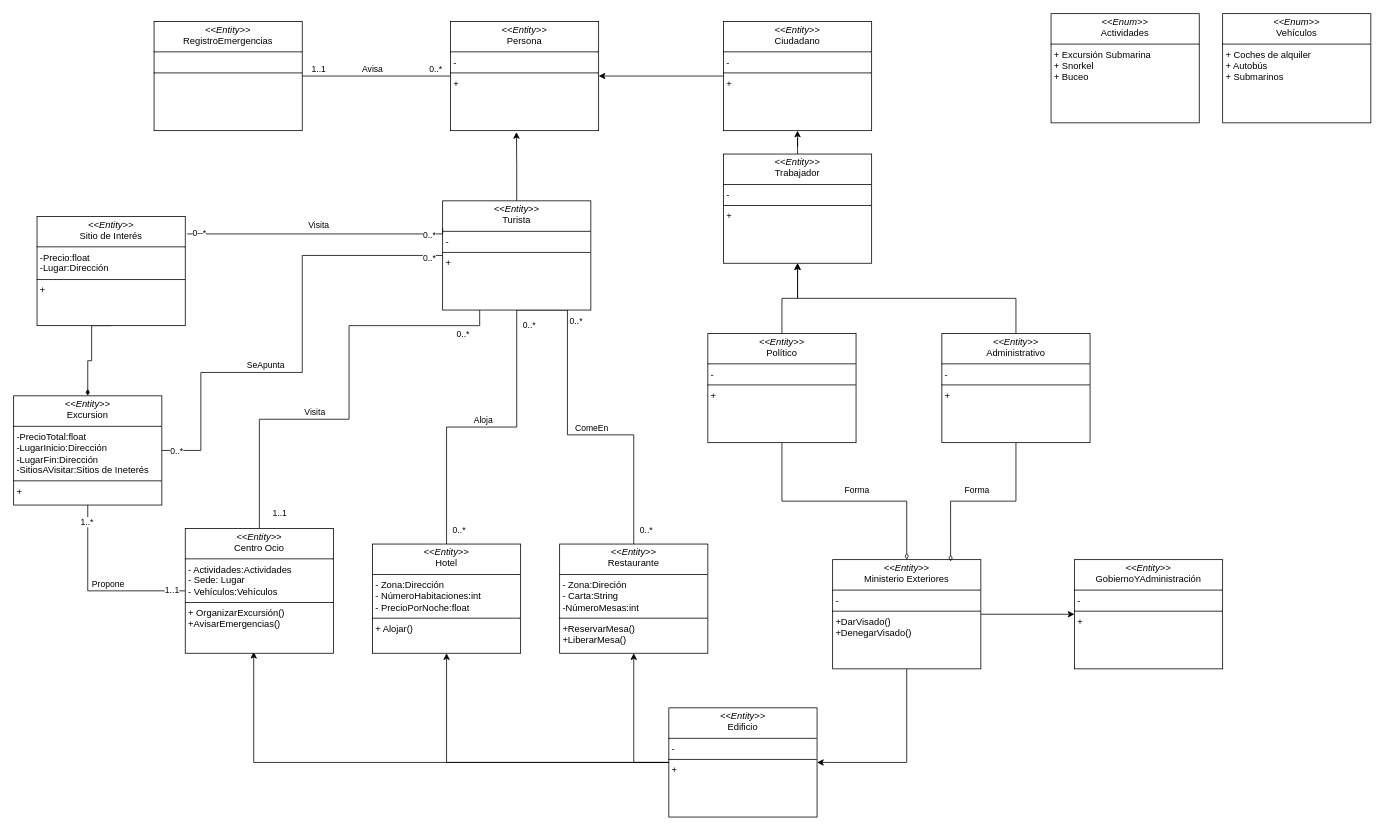
This is MFIS/Diagrama sin título.drawio from israelfargasasquith/UHUCode, a draw.io file, before an edit. Source tidied: cells renumbered, new cells numbered last; positions are measured from the earlier drawing's top-left corner, leaving out a move shared by most shapes. Both pictures are drawn from the tidied source at 78%, with x=0, y=0 at pixel (13, 13).
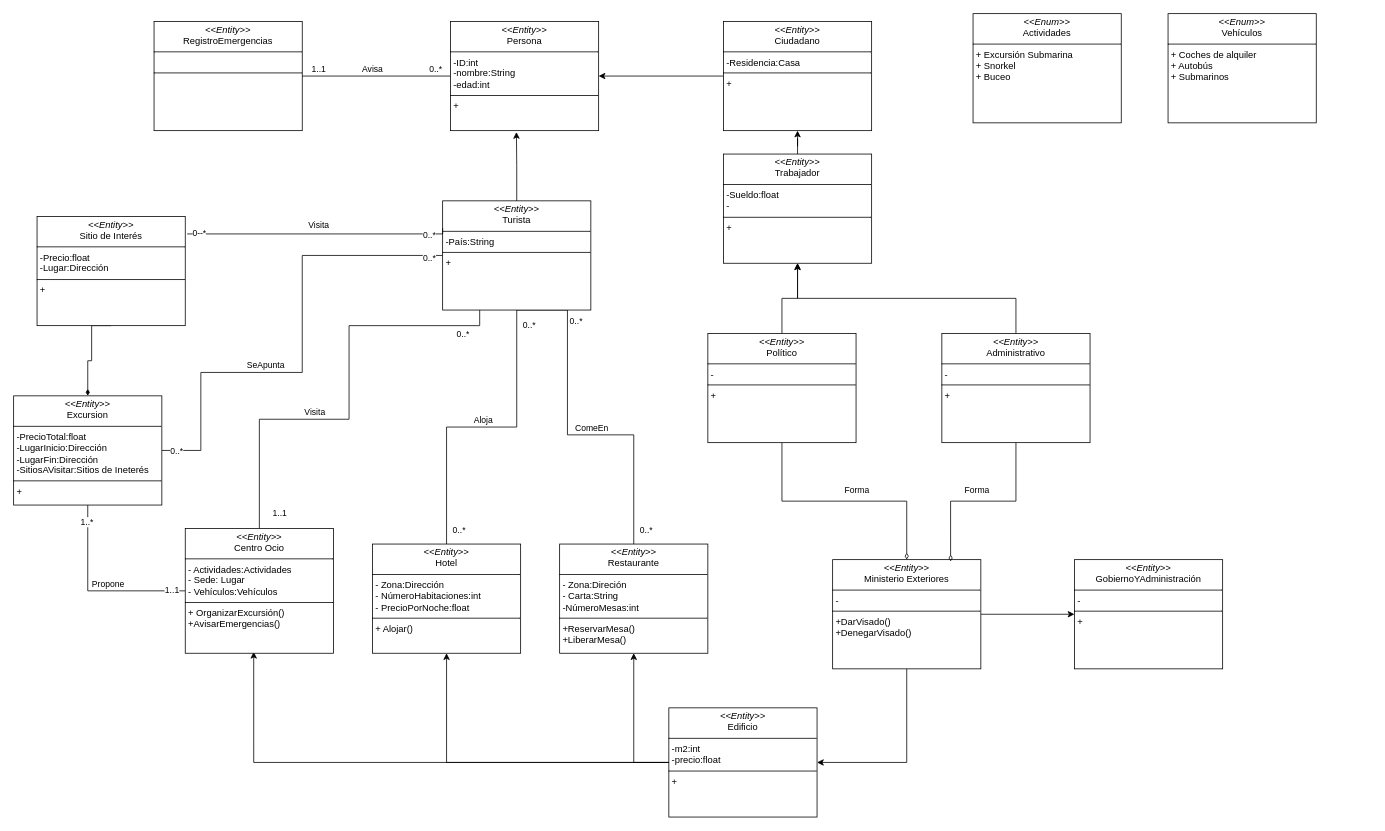
Above is the later version.

Diff of the diagram source:
```diff
@@
     <mxCell id="6" value="&lt;p style=&quot;margin:0px;margin-top:4px;text-align:center;&quot;&gt;&lt;i&gt;&amp;lt;&amp;lt;Enum&amp;gt;&amp;gt;&lt;/i&gt;&lt;br&gt;Actividades&lt;/p&gt;&lt;hr size=&quot;1&quot; style=&quot;border-style:solid;&quot;&gt;&lt;p style=&quot;margin:0px;margin-left:4px;&quot;&gt;+ Excursión Submarina&lt;/p&gt;&lt;p style=&quot;margin:0px;margin-left:4px;&quot;&gt;+ Snorkel&lt;br&gt;&lt;/p&gt;&lt;p style=&quot;margin:0px;margin-left:4px;&quot;&gt;+ Buceo&lt;/p&gt;" style="verticalAlign=top;align=left;overflow=fill;html=1;whiteSpace=wrap;" parent="1" vertex="1">
-      <mxGeometry x="1330" width="190" height="140" as="geometry" />
+      <mxGeometry x="1230" width="190" height="140" as="geometry" />
     </mxCell>
     <mxCell id="7" value="&lt;p style=&quot;margin:0px;margin-top:4px;text-align:center;&quot;&gt;&lt;i&gt;&amp;lt;&amp;lt;Enum&amp;gt;&amp;gt;&lt;/i&gt;&lt;br&gt;Vehículos&lt;/p&gt;&lt;hr size=&quot;1&quot; style=&quot;border-style:solid;&quot;&gt;&lt;p style=&quot;margin:0px;margin-left:4px;&quot;&gt;+ Coches de alquiler&lt;/p&gt;&lt;p style=&quot;margin:0px;margin-left:4px;&quot;&gt;+ Autobús&lt;br&gt;&lt;/p&gt;&lt;p style=&quot;margin:0px;margin-left:4px;&quot;&gt;+ Submarinos&lt;/p&gt;" style="verticalAlign=top;align=left;overflow=fill;html=1;whiteSpace=wrap;" parent="1" vertex="1">
-      <mxGeometry x="1550" width="190" height="140" as="geometry" />
+      <mxGeometry x="1480" width="190" height="140" as="geometry" />
     </mxCell>
@@
-    <mxCell id="24" value="&lt;p style=&quot;margin:0px;margin-top:4px;text-align:center;&quot;&gt;&lt;i&gt;&amp;lt;&amp;lt;Entity&amp;gt;&amp;gt;&lt;/i&gt;&lt;br&gt;Turista&lt;/p&gt;&lt;hr size=&quot;1&quot; style=&quot;border-style:solid;&quot;&gt;&lt;p style=&quot;margin:0px;margin-left:4px;&quot;&gt;-&lt;/p&gt;&lt;hr size=&quot;1&quot; style=&quot;border-style:solid;&quot;&gt;&lt;p style=&quot;margin:0px;margin-left:4px;&quot;&gt;+&lt;/p&gt;&lt;p style=&quot;margin:0px;margin-left:4px;&quot;&gt;&lt;br&gt;&lt;/p&gt;" style="verticalAlign=top;align=left;overflow=fill;html=1;whiteSpace=wrap;" parent="1" vertex="1">
+    <mxCell id="24" value="&lt;p style=&quot;margin:0px;margin-top:4px;text-align:center;&quot;&gt;&lt;i&gt;&amp;lt;&amp;lt;Entity&amp;gt;&amp;gt;&lt;/i&gt;&lt;br&gt;Turista&lt;/p&gt;&lt;hr size=&quot;1&quot; style=&quot;border-style:solid;&quot;&gt;&lt;p style=&quot;margin:0px;margin-left:4px;&quot;&gt;-País:String&lt;/p&gt;&lt;hr size=&quot;1&quot; style=&quot;border-style:solid;&quot;&gt;&lt;p style=&quot;margin:0px;margin-left:4px;&quot;&gt;+&lt;/p&gt;&lt;p style=&quot;margin:0px;margin-left:4px;&quot;&gt;&lt;br&gt;&lt;/p&gt;" style="verticalAlign=top;align=left;overflow=fill;html=1;whiteSpace=wrap;" parent="1" vertex="1">
       <mxGeometry x="550" y="240" width="190" height="140" as="geometry" />
     </mxCell>
@@
-    <mxCell id="37" value="&lt;p style=&quot;margin:0px;margin-top:4px;text-align:center;&quot;&gt;&lt;i&gt;&amp;lt;&amp;lt;Entity&amp;gt;&amp;gt;&lt;/i&gt;&lt;br&gt;Persona&lt;/p&gt;&lt;hr size=&quot;1&quot; style=&quot;border-style:solid;&quot;&gt;&lt;p style=&quot;margin:0px;margin-left:4px;&quot;&gt;-&lt;/p&gt;&lt;hr size=&quot;1&quot; style=&quot;border-style:solid;&quot;&gt;&lt;p style=&quot;margin:0px;margin-left:4px;&quot;&gt;+&lt;/p&gt;&lt;p style=&quot;margin:0px;margin-left:4px;&quot;&gt;&lt;br&gt;&lt;/p&gt;" style="verticalAlign=top;align=left;overflow=fill;html=1;whiteSpace=wrap;" parent="1" vertex="1">
+    <mxCell id="37" value="&lt;p style=&quot;margin:0px;margin-top:4px;text-align:center;&quot;&gt;&lt;i&gt;&amp;lt;&amp;lt;Entity&amp;gt;&amp;gt;&lt;/i&gt;&lt;br&gt;Persona&lt;/p&gt;&lt;hr size=&quot;1&quot; style=&quot;border-style:solid;&quot;&gt;&lt;p style=&quot;margin:0px;margin-left:4px;&quot;&gt;-&lt;span style=&quot;background-color: initial;&quot;&gt;ID:int&lt;/span&gt;&lt;/p&gt;&lt;p style=&quot;margin: 0px 0px 0px 4px;&quot;&gt;-nombre:String&lt;/p&gt;&lt;p style=&quot;margin: 0px 0px 0px 4px;&quot;&gt;-edad:int&lt;/p&gt;&lt;hr size=&quot;1&quot; style=&quot;border-style:solid;&quot;&gt;&lt;p style=&quot;margin:0px;margin-left:4px;&quot;&gt;+&lt;/p&gt;&lt;p style=&quot;margin:0px;margin-left:4px;&quot;&gt;&lt;br&gt;&lt;/p&gt;" style="verticalAlign=top;align=left;overflow=fill;html=1;whiteSpace=wrap;" parent="1" vertex="1">
       <mxGeometry x="560" y="10" width="190" height="140" as="geometry" />
     </mxCell>
@@
-    <mxCell id="39" value="&lt;p style=&quot;margin:0px;margin-top:4px;text-align:center;&quot;&gt;&lt;i&gt;&amp;lt;&amp;lt;Entity&amp;gt;&amp;gt;&lt;/i&gt;&lt;br&gt;Ciudadano&lt;/p&gt;&lt;hr size=&quot;1&quot; style=&quot;border-style:solid;&quot;&gt;&lt;p style=&quot;margin:0px;margin-left:4px;&quot;&gt;-&lt;/p&gt;&lt;hr size=&quot;1&quot; style=&quot;border-style:solid;&quot;&gt;&lt;p style=&quot;margin:0px;margin-left:4px;&quot;&gt;+&lt;/p&gt;&lt;p style=&quot;margin:0px;margin-left:4px;&quot;&gt;&lt;br&gt;&lt;/p&gt;" style="verticalAlign=top;align=left;overflow=fill;html=1;whiteSpace=wrap;" parent="1" vertex="1">
+    <mxCell id="39" value="&lt;p style=&quot;margin:0px;margin-top:4px;text-align:center;&quot;&gt;&lt;i&gt;&amp;lt;&amp;lt;Entity&amp;gt;&amp;gt;&lt;/i&gt;&lt;br&gt;Ciudadano&lt;/p&gt;&lt;hr size=&quot;1&quot; style=&quot;border-style:solid;&quot;&gt;&lt;p style=&quot;margin:0px;margin-left:4px;&quot;&gt;&lt;span style=&quot;background-color: initial;&quot;&gt;-Residencia:Casa&lt;/span&gt;&lt;br&gt;&lt;/p&gt;&lt;hr size=&quot;1&quot; style=&quot;border-style:solid;&quot;&gt;&lt;p style=&quot;margin:0px;margin-left:4px;&quot;&gt;+&lt;/p&gt;&lt;p style=&quot;margin:0px;margin-left:4px;&quot;&gt;&lt;br&gt;&lt;/p&gt;" style="verticalAlign=top;align=left;overflow=fill;html=1;whiteSpace=wrap;" parent="1" vertex="1">
       <mxGeometry x="910" y="10" width="190" height="140" as="geometry" />
     </mxCell>
@@
-    <mxCell id="41" value="&lt;p style=&quot;margin:0px;margin-top:4px;text-align:center;&quot;&gt;&lt;i&gt;&amp;lt;&amp;lt;Entity&amp;gt;&amp;gt;&lt;/i&gt;&lt;br&gt;Trabajador&lt;/p&gt;&lt;hr size=&quot;1&quot; style=&quot;border-style:solid;&quot;&gt;&lt;p style=&quot;margin:0px;margin-left:4px;&quot;&gt;-&lt;/p&gt;&lt;hr size=&quot;1&quot; style=&quot;border-style:solid;&quot;&gt;&lt;p style=&quot;margin:0px;margin-left:4px;&quot;&gt;+&lt;/p&gt;&lt;p style=&quot;margin:0px;margin-left:4px;&quot;&gt;&lt;br&gt;&lt;/p&gt;" style="verticalAlign=top;align=left;overflow=fill;html=1;whiteSpace=wrap;" parent="1" vertex="1">
+    <mxCell id="41" value="&lt;p style=&quot;margin:0px;margin-top:4px;text-align:center;&quot;&gt;&lt;i&gt;&amp;lt;&amp;lt;Entity&amp;gt;&amp;gt;&lt;/i&gt;&lt;br&gt;Trabajador&lt;/p&gt;&lt;hr size=&quot;1&quot; style=&quot;border-style:solid;&quot;&gt;&lt;p style=&quot;margin:0px;margin-left:4px;&quot;&gt;-Sueldo:float&lt;/p&gt;&lt;p style=&quot;margin:0px;margin-left:4px;&quot;&gt;-&lt;/p&gt;&lt;hr size=&quot;1&quot; style=&quot;border-style:solid;&quot;&gt;&lt;p style=&quot;margin:0px;margin-left:4px;&quot;&gt;+&lt;/p&gt;&lt;p style=&quot;margin:0px;margin-left:4px;&quot;&gt;&lt;br&gt;&lt;/p&gt;" style="verticalAlign=top;align=left;overflow=fill;html=1;whiteSpace=wrap;" parent="1" vertex="1">
       <mxGeometry x="910" y="180" width="190" height="140" as="geometry" />
     </mxCell>
@@
-    <mxCell id="50" value="&lt;p style=&quot;margin:0px;margin-top:4px;text-align:center;&quot;&gt;&lt;i&gt;&amp;lt;&amp;lt;Entity&amp;gt;&amp;gt;&lt;/i&gt;&lt;br&gt;Edificio&lt;/p&gt;&lt;hr size=&quot;1&quot; style=&quot;border-style:solid;&quot;&gt;&lt;p style=&quot;margin:0px;margin-left:4px;&quot;&gt;-&lt;/p&gt;&lt;hr size=&quot;1&quot; style=&quot;border-style:solid;&quot;&gt;&lt;p style=&quot;margin:0px;margin-left:4px;&quot;&gt;+&lt;/p&gt;&lt;p style=&quot;margin:0px;margin-left:4px;&quot;&gt;&lt;br&gt;&lt;/p&gt;" style="verticalAlign=top;align=left;overflow=fill;html=1;whiteSpace=wrap;" parent="1" vertex="1">
+    <mxCell id="50" value="&lt;p style=&quot;margin:0px;margin-top:4px;text-align:center;&quot;&gt;&lt;i&gt;&amp;lt;&amp;lt;Entity&amp;gt;&amp;gt;&lt;/i&gt;&lt;br&gt;Edificio&lt;/p&gt;&lt;hr size=&quot;1&quot; style=&quot;border-style:solid;&quot;&gt;&lt;p style=&quot;margin:0px;margin-left:4px;&quot;&gt;-m2:int&lt;/p&gt;&lt;p style=&quot;margin:0px;margin-left:4px;&quot;&gt;-precio:float&lt;/p&gt;&lt;hr size=&quot;1&quot; style=&quot;border-style:solid;&quot;&gt;&lt;p style=&quot;margin:0px;margin-left:4px;&quot;&gt;+&lt;/p&gt;&lt;p style=&quot;margin:0px;margin-left:4px;&quot;&gt;&lt;br&gt;&lt;/p&gt;" style="verticalAlign=top;align=left;overflow=fill;html=1;whiteSpace=wrap;" parent="1" vertex="1">
       <mxGeometry x="840" y="890" width="190" height="140" as="geometry" />
     </mxCell>
```
